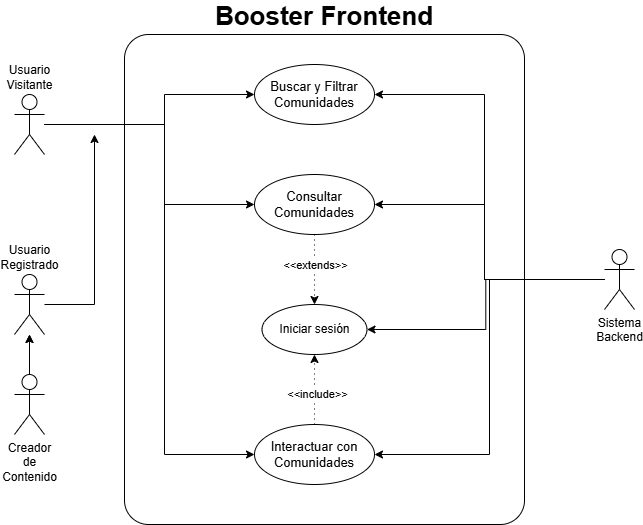
Before: thesis/tfg_latex_etsiinf-2023.06.01/casos-uso/comunidades.png, a diagram exported from draw.io (SamC4r/tEfEgE). Source tidied: cells renumbered, new cells last; positions are measured from the earlier drawing's top-left corner, leaving out a move shared by most shapes.
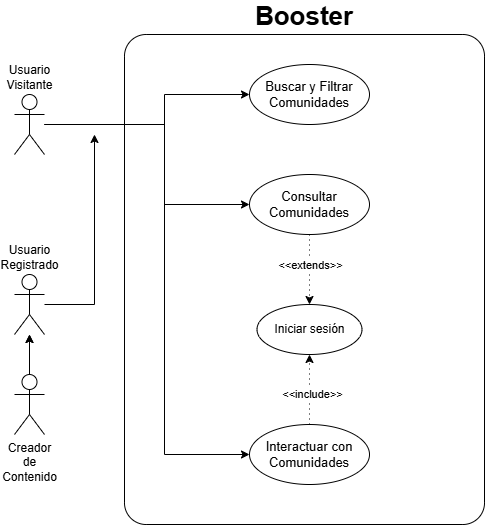
The same diagram one commit later.

The edit, as a diff of the source:
```diff
@@ -2,11 +2,11 @@
   <root>
     <mxCell id="0" />
     <mxCell id="1" parent="0" />
-    <mxCell id="2" value="&lt;b&gt;&lt;font style=&quot;font-size: 26px;&quot; face=&quot;Helvetica&quot;&gt;Booster Frontend&lt;/font&gt;&lt;/b&gt;" style="rounded=1;whiteSpace=wrap;html=1;labelPosition=center;verticalLabelPosition=top;align=center;verticalAlign=bottom;glass=0;arcSize=6;" parent="1" vertex="1">
-      <mxGeometry x="110" width="400" height="490" as="geometry" />
+    <mxCell id="2" value="&lt;b&gt;&lt;font style=&quot;font-size: 26px;&quot; face=&quot;Helvetica&quot;&gt;Booster&lt;/font&gt;&lt;/b&gt;" style="rounded=1;whiteSpace=wrap;html=1;labelPosition=center;verticalLabelPosition=top;align=center;verticalAlign=bottom;glass=0;arcSize=6;" parent="1" vertex="1">
+      <mxGeometry x="110" width="360" height="490" as="geometry" />
     </mxCell>
     <mxCell id="3" value="Buscar y Filtrar Comunidades" style="ellipse;whiteSpace=wrap;html=1;fontSize=13;" parent="1" vertex="1">
-      <mxGeometry x="240" y="30" width="120" height="60" as="geometry" />
+      <mxGeometry x="235" y="30" width="120" height="60" as="geometry" />
     </mxCell>
     <mxCell id="4" style="edgeStyle=orthogonalEdgeStyle;rounded=0;jettySize=auto;html=1;dashed=1;dashPattern=1 4;" parent="1" edge="1" source="6" target="21">
       <mxGeometry relative="1" as="geometry" />
@@ -17,7 +17,7 @@
       </mxGeometry>
     </mxCell>
     <mxCell id="6" value="Consultar Comunidades" style="ellipse;whiteSpace=wrap;html=1;fontSize=13;" parent="1" vertex="1">
-      <mxGeometry x="240" y="140" width="120" height="60" as="geometry" />
+      <mxGeometry x="235" y="140" width="120" height="60" as="geometry" />
     </mxCell>
     <mxCell id="7" style="edgeStyle=orthogonalEdgeStyle;rounded=0;jettySize=auto;html=1;" parent="1" edge="1" source="9" target="11">
       <mxGeometry relative="1" as="geometry" />
@@ -36,31 +36,6 @@
     <mxCell id="11" value="Usuario&lt;div&gt;Registrado&lt;/div&gt;" style="shape=umlActor;verticalLabelPosition=top;verticalAlign=bottom;html=1;outlineConnect=0;labelPosition=center;align=center;" parent="1" vertex="1">
       <mxGeometry y="240" width="30" height="60" as="geometry" />
     </mxCell>
-    <mxCell id="12" style="edgeStyle=orthogonalEdgeStyle;rounded=0;jettySize=auto;html=1;entryX=1;entryY=0.5;entryDx=0;entryDy=0;" parent="1" edge="1" source="16" target="6">
-      <mxGeometry relative="1" as="geometry">
-        <Array as="points">
-          <mxPoint x="470" y="245" />
-          <mxPoint x="470" y="170" />
-        </Array>
-      </mxGeometry>
-    </mxCell>
-    <mxCell id="13" style="edgeStyle=orthogonalEdgeStyle;rounded=0;jettySize=auto;html=1;entryX=1;entryY=0.5;entryDx=0;entryDy=0;" parent="1" edge="1" source="16" target="3">
-      <mxGeometry relative="1" as="geometry">
-        <Array as="points">
-          <mxPoint x="470" y="245" />
-          <mxPoint x="470" y="60" />
-        </Array>
-      </mxGeometry>
-    </mxCell>
-    <mxCell id="14" style="edgeStyle=orthogonalEdgeStyle;rounded=0;jettySize=auto;html=1;entryX=1;entryY=0.5;entryDx=0;entryDy=0;" parent="1" edge="1" source="16" target="21">
-      <mxGeometry relative="1" as="geometry" />
-    </mxCell>
-    <mxCell id="15" style="edgeStyle=orthogonalEdgeStyle;rounded=0;jettySize=auto;html=1;entryX=1;entryY=0.5;entryDx=0;entryDy=0;" parent="1" edge="1" source="16" target="24">
-      <mxGeometry relative="1" as="geometry" />
-    </mxCell>
-    <mxCell id="16" value="Sistema&lt;div&gt;Backend&lt;/div&gt;" style="shape=umlActor;verticalLabelPosition=bottom;verticalAlign=top;html=1;outlineConnect=0;labelPosition=center;align=center;" parent="1" vertex="1">
-      <mxGeometry x="590" y="215" width="30" height="60" as="geometry" />
-    </mxCell>
     <mxCell id="17" style="edgeStyle=orthogonalEdgeStyle;rounded=0;jettySize=auto;html=1;entryX=0;entryY=0.5;entryDx=0;entryDy=0;" parent="1" edge="1" source="20" target="3">
       <mxGeometry relative="1" as="geometry">
         <Array as="points">
@@ -89,7 +64,7 @@
       <mxGeometry y="60" width="30" height="60" as="geometry" />
     </mxCell>
     <mxCell id="21" value="&lt;div&gt;Iniciar sesión&lt;/div&gt;" style="ellipse;whiteSpace=wrap;html=1;" parent="1" vertex="1">
-      <mxGeometry x="247.5" y="270" width="105" height="50" as="geometry" />
+      <mxGeometry x="242.5" y="270" width="105" height="50" as="geometry" />
     </mxCell>
     <mxCell id="22" style="edgeStyle=orthogonalEdgeStyle;rounded=0;jettySize=auto;html=1;dashed=1;dashPattern=1 4;" parent="1" edge="1" source="24" target="21">
       <mxGeometry relative="1" as="geometry" />
@@ -98,7 +73,7 @@
       <mxGeometry x="-0.1" y="-2" relative="1" as="geometry" />
     </mxCell>
     <mxCell id="24" value="Interactuar con Comunidades" style="ellipse;whiteSpace=wrap;html=1;fontSize=13;" parent="1" vertex="1">
-      <mxGeometry x="240" y="390" width="120" height="60" as="geometry" />
+      <mxGeometry x="235" y="390" width="120" height="60" as="geometry" />
     </mxCell>
   </root>
 </mxGraphModel>
```
